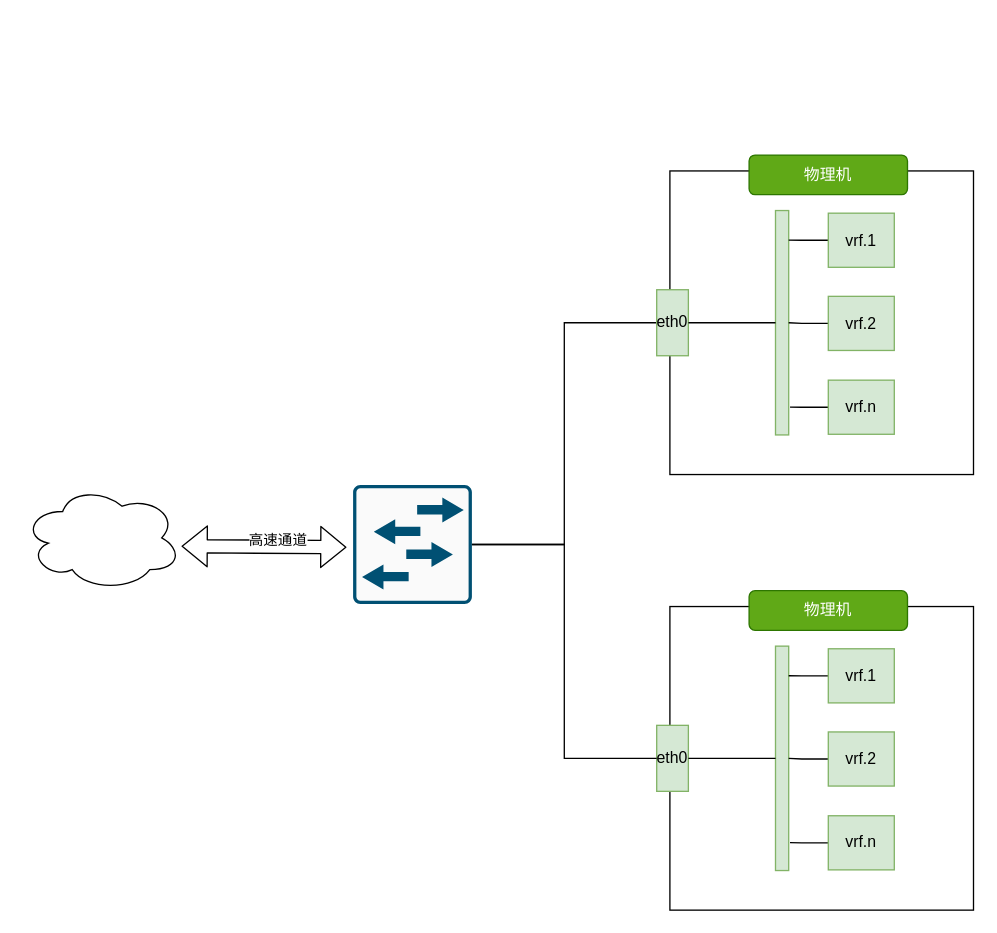
zhenfdfs/sdwanx keeps this draw.io diagram as Untitled Diagram.drawio. Above is the earlier version. Source tidied: cells renumbered, new cells numbered last; positions are measured from the earlier drawing's top-left corner, leaving out a move shared by most shapes. Both pictures are drawn from the tidied source at 132%, with x=0, y=0 at pixel (22, 154).
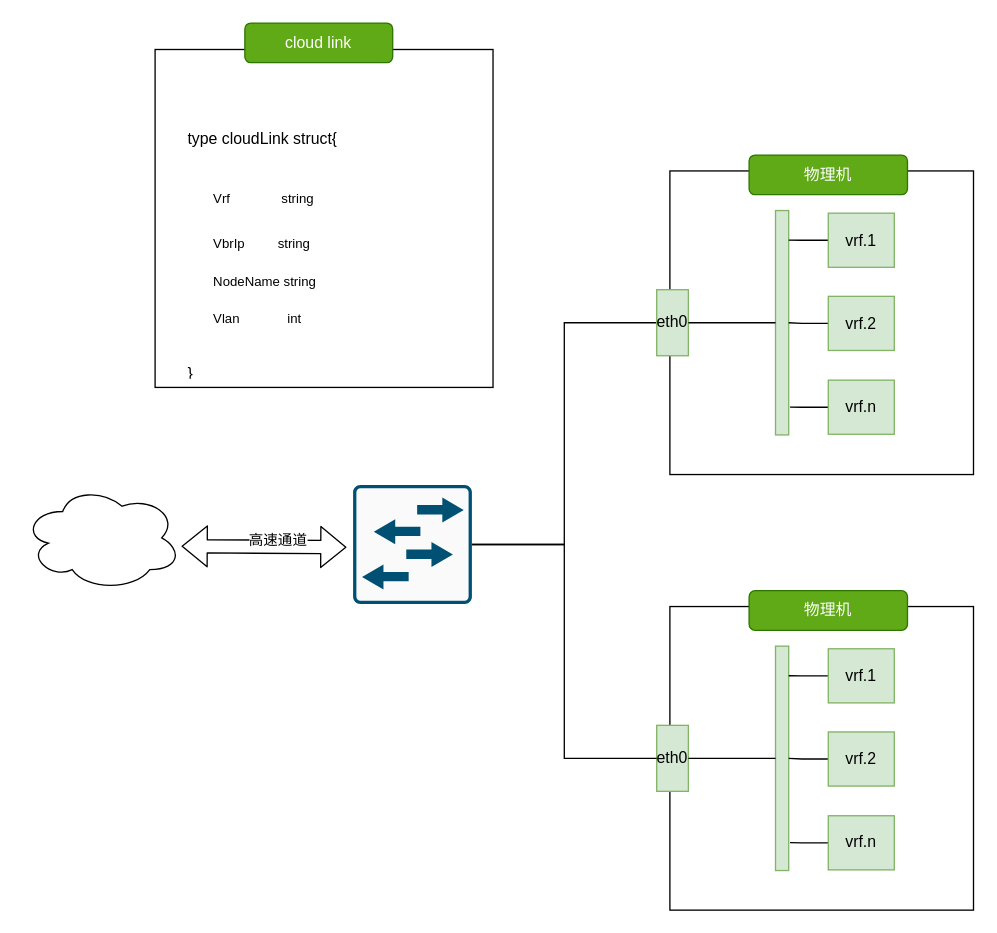
The same page after the edit.

Change to the diagram source:
```diff
@@
+    <mxCell id="32" style="whiteSpace=wrap;html=1;" parent="1" vertex="1">
+      <mxGeometry x="100" y="-80" width="256" height="256" as="geometry" />
+    </mxCell>
+    <mxCell id="33" value="cloud link" style="rounded=1;whiteSpace=wrap;html=1;fillColor=#60a917;strokeColor=#2D7600;fontColor=#ffffff;" parent="1" vertex="1">
+      <mxGeometry x="168" y="-100" width="112" height="30" as="geometry" />
+    </mxCell>
+    <mxCell id="34" value="&lt;h1&gt;&lt;span style=&quot;font-size: 12px ; font-weight: 400&quot;&gt;type cloudLink struct{&lt;/span&gt;&lt;/h1&gt;&lt;h1&gt;&lt;span style=&quot;font-size: 10px ; font-weight: 400&quot;&gt;&amp;nbsp; &amp;nbsp; &amp;nbsp; &amp;nbsp;V&lt;/span&gt;&lt;span style=&quot;font-size: 12px ; font-weight: 400&quot;&gt;&lt;font size=&quot;1&quot;&gt;rf&amp;nbsp; &amp;nbsp; &amp;nbsp; &amp;nbsp; &amp;nbsp; &amp;nbsp; &amp;nbsp; string&lt;/font&gt;&lt;/span&gt;&lt;/h1&gt;&lt;div&gt;&lt;span style=&quot;font-weight: 400&quot;&gt;&lt;font size=&quot;1&quot;&gt;&amp;nbsp; &amp;nbsp; &amp;nbsp; &amp;nbsp;VbrIp&amp;nbsp; &amp;nbsp; &amp;nbsp; &amp;nbsp; &amp;nbsp;string&lt;/font&gt;&lt;/span&gt;&lt;/div&gt;&lt;div&gt;&lt;span style=&quot;font-weight: 400&quot;&gt;&lt;font size=&quot;1&quot;&gt;&lt;br&gt;&lt;/font&gt;&lt;/span&gt;&lt;/div&gt;&lt;div&gt;&lt;span style=&quot;font-weight: 400&quot;&gt;&lt;font size=&quot;1&quot;&gt;&amp;nbsp; &amp;nbsp; &amp;nbsp; &amp;nbsp;NodeName string&lt;/font&gt;&lt;/span&gt;&lt;/div&gt;&lt;div&gt;&lt;span style=&quot;font-weight: 400&quot;&gt;&lt;font size=&quot;1&quot;&gt;&amp;nbsp; &amp;nbsp;&lt;/font&gt;&lt;/span&gt;&lt;/div&gt;&lt;div&gt;&lt;span style=&quot;font-weight: 400&quot;&gt;&lt;font size=&quot;1&quot;&gt;&amp;nbsp; &amp;nbsp; &amp;nbsp; &amp;nbsp;Vlan&amp;nbsp; &amp;nbsp; &amp;nbsp; &amp;nbsp; &amp;nbsp; &amp;nbsp; &amp;nbsp;int&lt;/font&gt;&lt;/span&gt;&lt;/div&gt;&lt;h1&gt;&lt;span style=&quot;font-size: 12px ; font-weight: 400&quot;&gt;}&lt;/span&gt;&lt;/h1&gt;" style="text;html=1;strokeColor=none;fillColor=none;spacing=5;spacingTop=-26;whiteSpace=wrap;overflow=hidden;rounded=0;" parent="1" vertex="1">
+      <mxGeometry x="120" y="-30" width="190" height="200" as="geometry" />
+    </mxCell>
```
